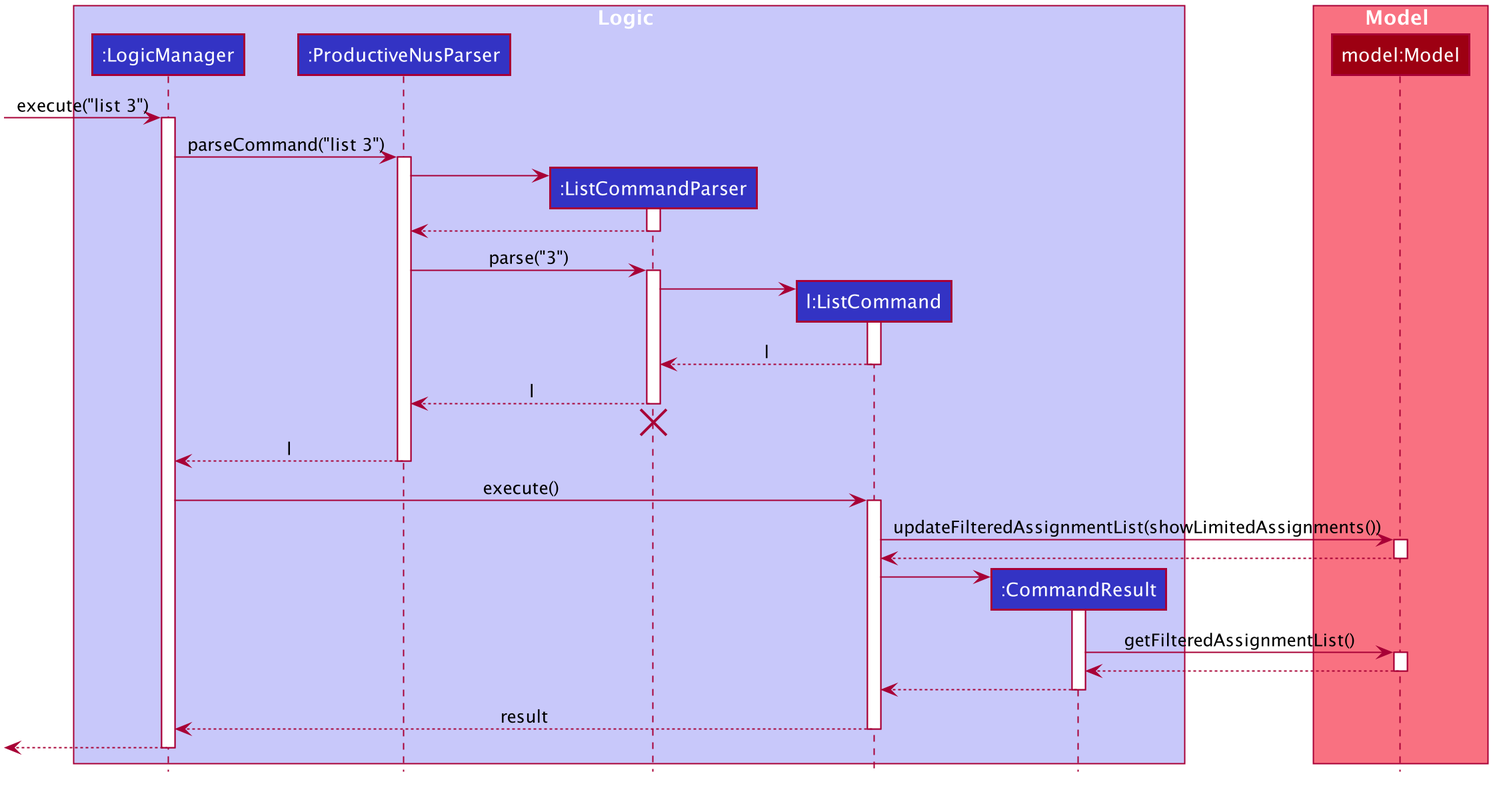
Above: docs/images/ListSequenceDiagram.png in nus-cs2103-AY2021S1/tp (PlantUML), before the change.
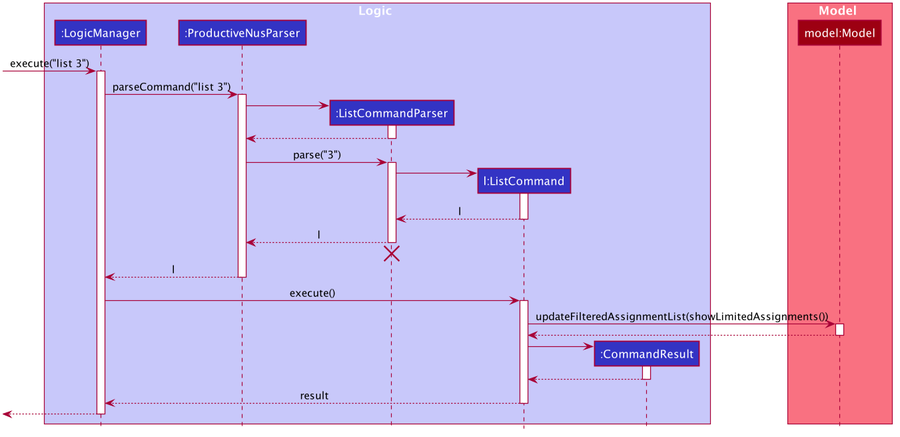
After the change.

The edit, as a diff of the source:
```diff
@@ -104,10 +104,6 @@
 ListCommand -> CommandResult
 activate CommandResult
 
-CommandResult -> Model : getFilteredAssignmentList()
-activate Model
-Model --> CommandResult
-deactivate Model
 CommandResult --> ListCommand
 deactivate CommandResult
 
```
